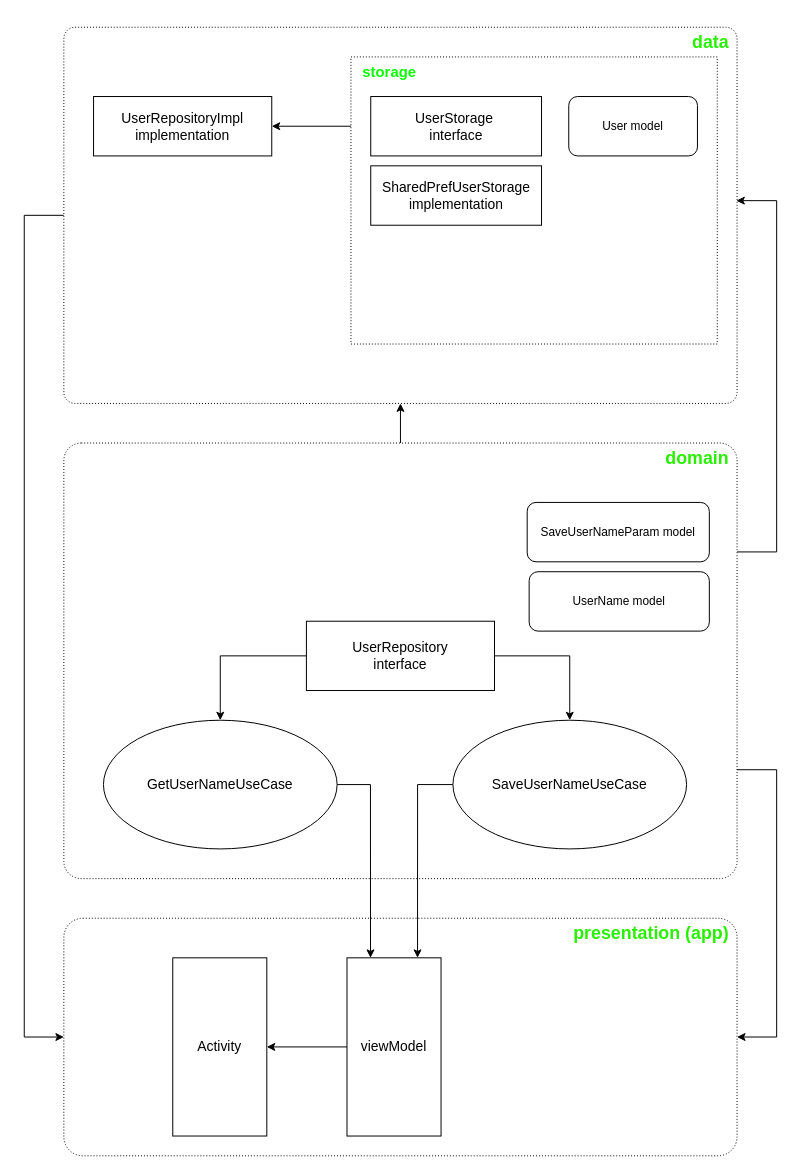
Above: CleanArchitectureExample.drawio in SobeninAlex/CleanArchitectureExample (draw.io), before the change. Source tidied: cells renumbered, new cells numbered last; positions are measured from the earlier drawing's top-left corner, leaving out a move shared by most shapes. Both pictures are drawn from the tidied source at 99%, with x=0, y=0 at pixel (24, 27).
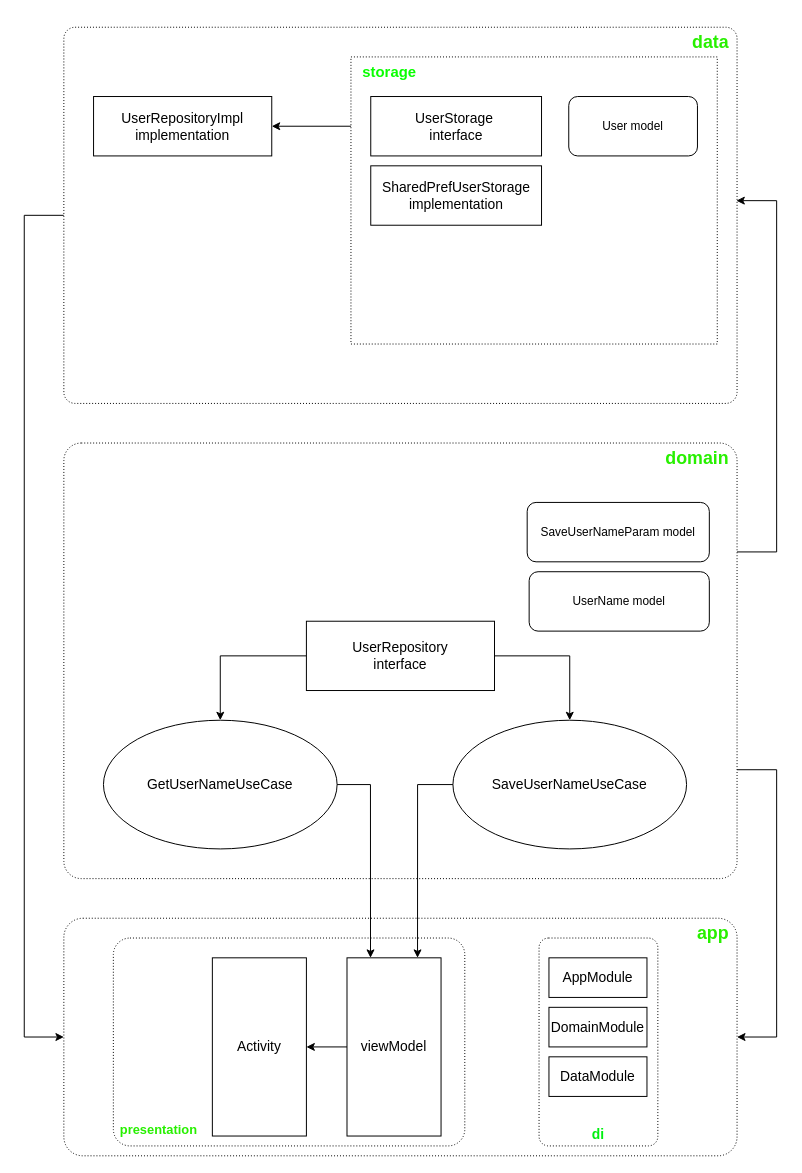
The same page after the edit.

Commit message (it also covers changes not shown here):
di koin example

The change refers to these unchanged cells:
```xml
<mxCell id="5" value="&lt;h2&gt;&lt;font color=&quot;#28f000&quot;&gt;domain&lt;/font&gt;&lt;/h2&gt;" style="rounded=1;whiteSpace=wrap;html=1;align=right;verticalAlign=top;horizontal=1;arcSize=4;spacingTop=-16;dashed=1;dashPattern=1 2;spacingRight=6;" parent="1" vertex="1">
  <mxGeometry x="40" y="420" width="680" height="440" as="geometry" />
</mxCell>
<mxCell id="8" value="SaveUserNameUseCase" style="ellipse;whiteSpace=wrap;html=1;fontSize=14;" parent="1" vertex="1">
  <mxGeometry x="433" y="700" width="236" height="130" as="geometry" />
</mxCell>
<mxCell id="10" value="GetUserNameUseCase" style="ellipse;whiteSpace=wrap;html=1;fontSize=14;" parent="1" vertex="1">
  <mxGeometry x="80" y="700" width="236" height="130" as="geometry" />
</mxCell>
<mxCell id="12" value="&lt;h2&gt;&lt;font color=&quot;#28f000&quot;&gt;data&lt;/font&gt;&lt;/h2&gt;" style="rounded=1;whiteSpace=wrap;html=1;align=right;verticalAlign=top;horizontal=1;arcSize=3;spacingTop=-17;dashed=1;dashPattern=1 2;spacingRight=6;" parent="1" vertex="1">
  <mxGeometry x="40" width="680" height="380" as="geometry" />
</mxCell>
<mxCell id="26" value="viewModel" style="rounded=0;whiteSpace=wrap;html=1;fontSize=14;" parent="1" vertex="1">
  <mxGeometry x="326" y="940" width="95" height="180" as="geometry" />
</mxCell>
```

Change to the diagram source:
```diff
@@
-    <mxCell id="2" value="&lt;h2&gt;&lt;font color=&quot;#28f000&quot;&gt;presentation (app)&lt;/font&gt;&lt;/h2&gt;" style="rounded=1;whiteSpace=wrap;html=1;align=right;verticalAlign=top;arcSize=8;fontStyle=0;horizontal=1;spacingTop=-17;dashed=1;dashPattern=1 2;spacingRight=6;" parent="1" vertex="1">
+    <mxCell id="2" value="&lt;h2&gt;&lt;font color=&quot;#28f000&quot;&gt;app&lt;/font&gt;&lt;/h2&gt;" style="rounded=1;whiteSpace=wrap;html=1;align=right;verticalAlign=top;arcSize=8;fontStyle=0;horizontal=1;spacingTop=-17;dashed=1;dashPattern=1 2;spacingRight=6;" parent="1" vertex="1">
       <mxGeometry x="40" y="900" width="680" height="240" as="geometry" />
     </mxCell>
-    <mxCell id="3" style="edgeStyle=orthogonalEdgeStyle;rounded=0;jettySize=auto;html=1;" parent="1" edge="1" source="5" target="12">
-      <mxGeometry relative="1" as="geometry" />
-    </mxCell>
@@
-    <mxCell id="6" value="Activity" style="rounded=0;whiteSpace=wrap;html=1;fontSize=14;" parent="1" vertex="1">
-      <mxGeometry x="150" y="940" width="95" height="180" as="geometry" />
-    </mxCell>
-    <mxCell id="7" style="edgeStyle=orthogonalEdgeStyle;rounded=0;jettySize=auto;html=1;exitX=0;exitY=0.5;exitDx=0;exitDy=0;entryX=0.75;entryY=0;entryDx=0;entryDy=0;" parent="1" edge="1" source="8" target="26">
-      <mxGeometry relative="1" as="geometry" />
-    </mxCell>
@@
-    <mxCell id="9" style="edgeStyle=orthogonalEdgeStyle;rounded=0;jettySize=auto;html=1;exitX=1;exitY=0.5;exitDx=0;exitDy=0;entryX=0.25;entryY=0;entryDx=0;entryDy=0;" parent="1" edge="1" source="10" target="26">
-      <mxGeometry relative="1" as="geometry" />
-    </mxCell>
@@
+    <mxCell id="27" value="di" style="rounded=1;whiteSpace=wrap;html=1;arcSize=8;dashed=1;dashPattern=1 2;verticalAlign=bottom;fontSize=14;fontColor=#00F010;fontStyle=1;" parent="1" vertex="1">
+      <mxGeometry x="520" y="920" width="120" height="210" as="geometry" />
+    </mxCell>
+    <mxCell id="28" value="AppModule" style="rounded=0;whiteSpace=wrap;html=1;fontSize=14;" parent="1" vertex="1">
+      <mxGeometry x="530" y="940" width="99" height="40" as="geometry" />
+    </mxCell>
+    <mxCell id="29" value="DomainModule" style="rounded=0;whiteSpace=wrap;html=1;fontSize=14;" parent="1" vertex="1">
+      <mxGeometry x="530" y="990" width="99" height="40" as="geometry" />
+    </mxCell>
+    <mxCell id="30" value="DataModule" style="rounded=0;whiteSpace=wrap;html=1;fontSize=14;" parent="1" vertex="1">
+      <mxGeometry x="530" y="1040" width="99" height="40" as="geometry" />
+    </mxCell>
+    <mxCell id="31" value="&lt;h2 style=&quot;font-size: 13px;&quot;&gt;&lt;font color=&quot;#28f000&quot; style=&quot;font-size: 13px;&quot;&gt;presentation&lt;/font&gt;&lt;/h2&gt;" style="rounded=1;whiteSpace=wrap;html=1;dashed=1;dashPattern=1 2;arcSize=8;align=left;verticalAlign=bottom;spacing=1;spacingBottom=-3;spacingLeft=6;fontSize=13;" parent="1" vertex="1">
+      <mxGeometry x="90" y="920" width="355" height="210" as="geometry" />
+    </mxCell>
+    <mxCell id="6" value="Activity" style="rounded=0;whiteSpace=wrap;html=1;fontSize=14;" parent="1" vertex="1">
+      <mxGeometry x="190" y="940" width="95" height="180" as="geometry" />
+    </mxCell>
@@
+    <mxCell id="9" style="edgeStyle=orthogonalEdgeStyle;rounded=0;jettySize=auto;html=1;exitX=1;exitY=0.5;exitDx=0;exitDy=0;entryX=0.25;entryY=0;entryDx=0;entryDy=0;" parent="1" edge="1" source="10" target="26">
+      <mxGeometry relative="1" as="geometry" />
+    </mxCell>
+    <mxCell id="7" style="edgeStyle=orthogonalEdgeStyle;rounded=0;jettySize=auto;html=1;exitX=0;exitY=0.5;exitDx=0;exitDy=0;entryX=0.75;entryY=0;entryDx=0;entryDy=0;" parent="1" edge="1" source="8" target="26">
+      <mxGeometry relative="1" as="geometry" />
+    </mxCell>
```
